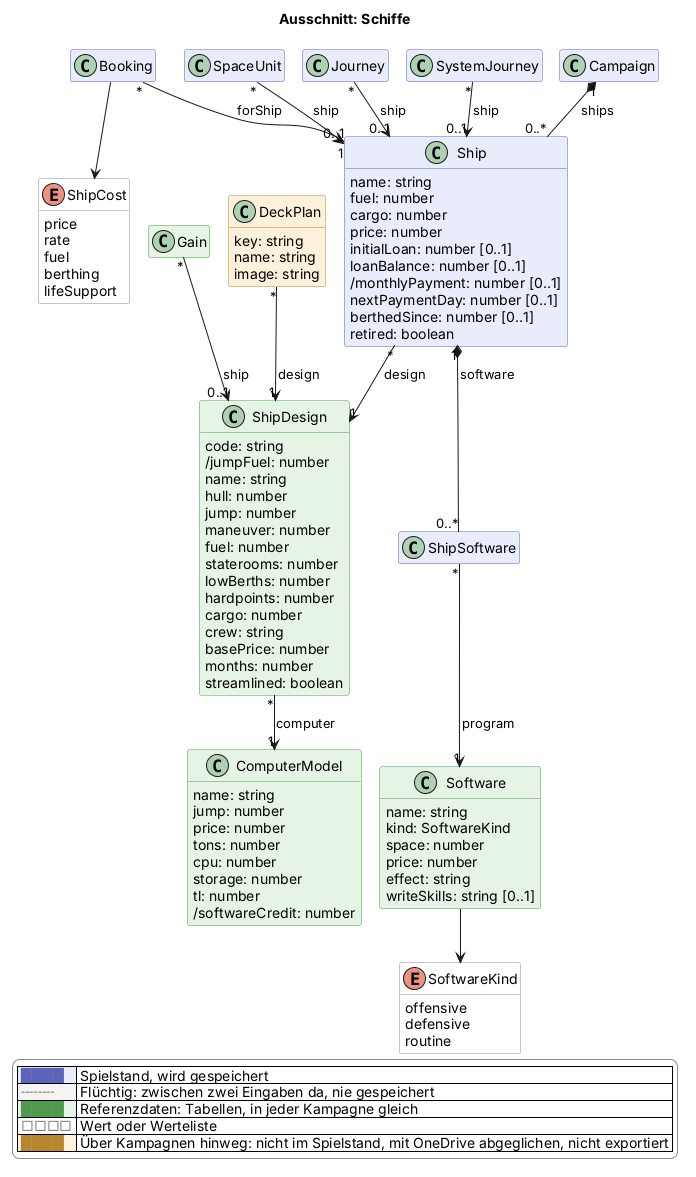
scuzzar/SRE keeps this PlantUML diagram as docs/views/schiffe.png. Above is the earlier version.
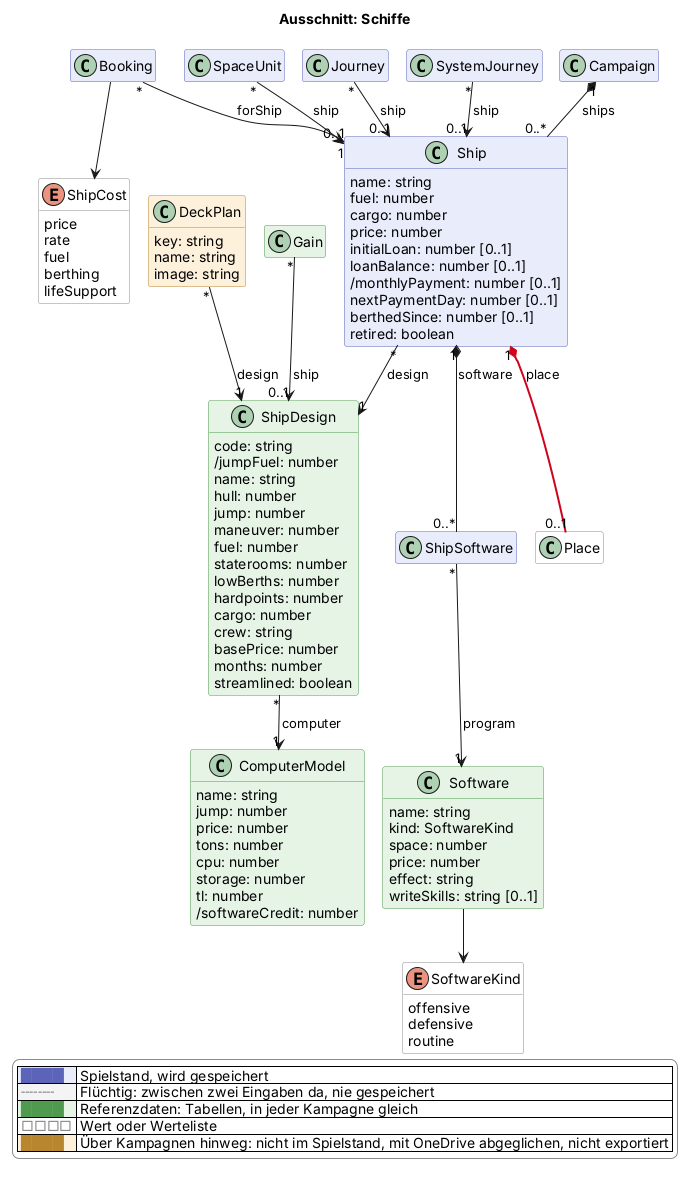
After the commit.

Diff of the diagram source:
```diff
@@ -150,11 +150,13 @@
 
 
   class Gain <<reference>> $erschaffung
+  class Place <<value>> $oberflaeche
 
 
 Campaign "1" *-- "0..*" Ship : ships
 Ship "*" --> "1" ShipDesign : design
 Ship "1" *-- "0..*" ShipSoftware : software
+Ship "1" *-$newArrow("2026-11-21")- "0..1" Place : place
 ShipSoftware "*" --> "1" Software : program
 Software --> SoftwareKind
 ShipDesign "*" --> "1" ComputerModel : computer
```
